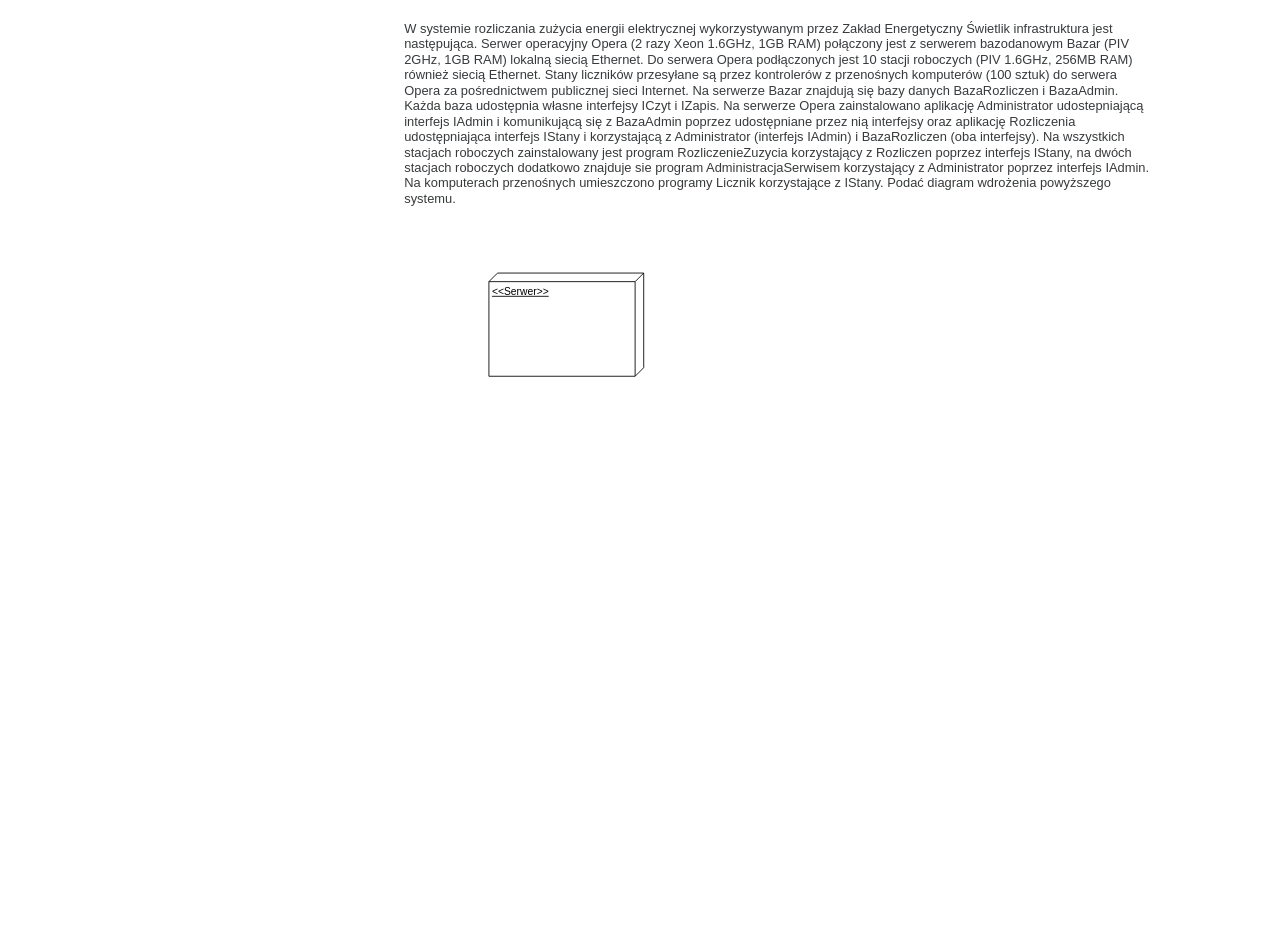
Before: Diagram wdrożenia.drawio in Dziecky/UML, a draw.io diagram. Source tidied: cells renumbered, new cells numbered last; positions are measured from the earlier drawing's top-left corner, leaving out a move shared by most shapes. Both pictures are drawn from the tidied source at 86%, with x=0, y=0 at pixel (402, 15).
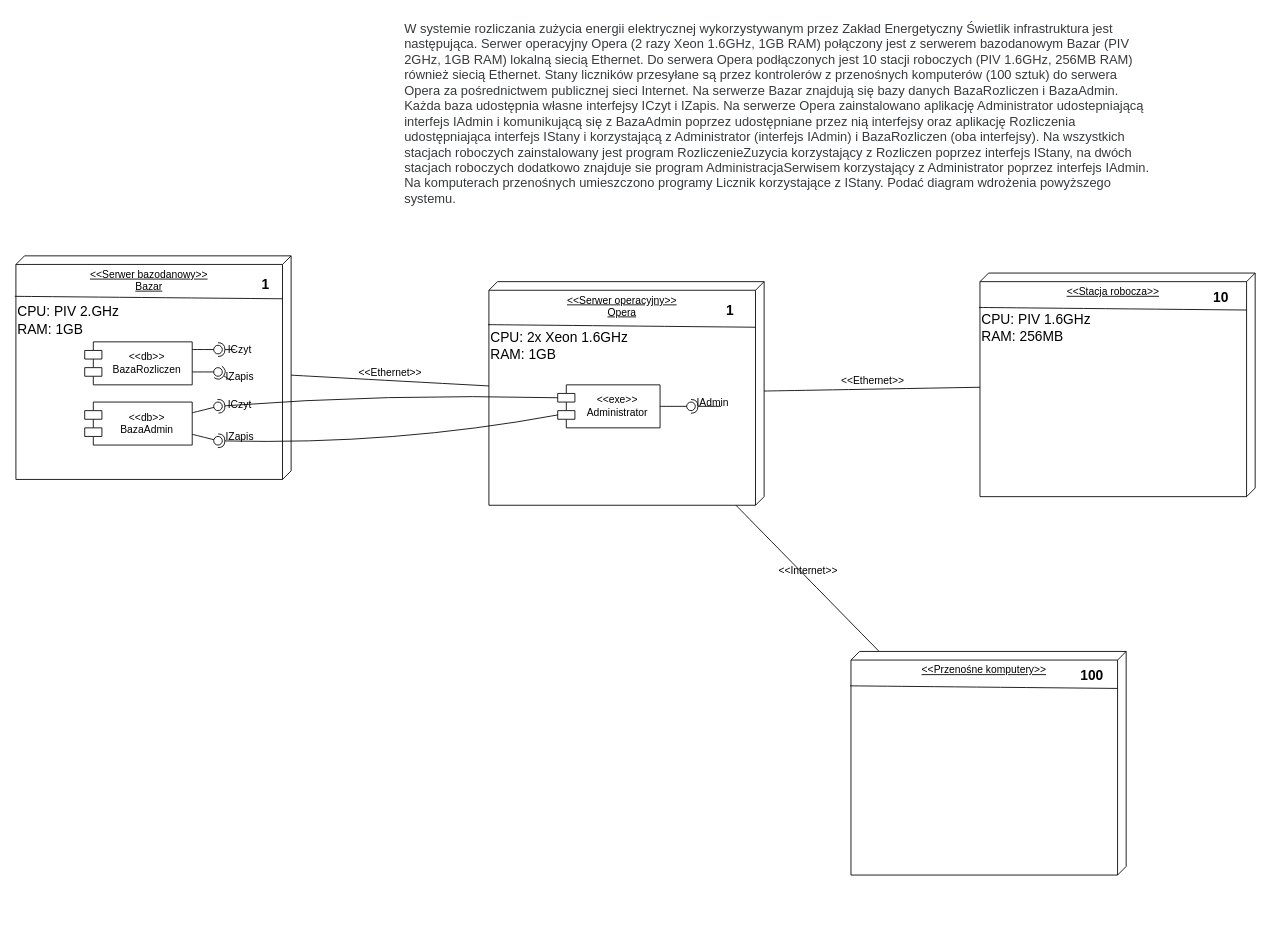
The same page after the edit.

What changed in the source:
```diff
@@
+    <mxCell id="4" style="group;" parent="1" vertex="1">
+      <mxGeometry x="-450" y="280" width="330" height="260" as="geometry" />
+    </mxCell>
+    <mxCell id="5" value="&amp;lt;&amp;lt;Serwer bazodanowy&amp;gt;&amp;gt;&lt;div&gt;Bazar&lt;/div&gt;" style="verticalAlign=top;align=center;spacingTop=8;spacingLeft=2;spacingRight=12;shape=cube;size=10;direction=south;fontStyle=4;html=1;whiteSpace=wrap;" parent="4" vertex="1">
+      <mxGeometry width="320" height="260" as="geometry" />
+    </mxCell>
+    <mxCell id="6" value="CPU: PIV 2.GHz&lt;div&gt;RAM: 1GB&lt;/div&gt;" style="text;strokeColor=none;align=left;fillColor=none;html=1;verticalAlign=middle;whiteSpace=wrap;rounded=0;fontSize=16;" parent="4" vertex="1">
+      <mxGeometry y="60" width="310" height="30" as="geometry" />
+    </mxCell>
+    <mxCell id="7" style="endArrow=none;html=1;rounded=0;fontSize=12;startSize=8;endSize=8;curved=1;exitX=0.181;exitY=1.004;exitDx=0;exitDy=0;exitPerimeter=0;entryX=0.192;entryY=0.031;entryDx=0;entryDy=0;entryPerimeter=0;" parent="4" edge="1" source="5" target="5">
+      <mxGeometry relative="1" as="geometry" />
+    </mxCell>
+    <mxCell id="8" value="&lt;font style=&quot;font-size: 16px;&quot;&gt;1&lt;/font&gt;" style="text;align=center;fontStyle=1;verticalAlign=middle;spacingLeft=3;spacingRight=3;strokeColor=none;html=1;fontFamily=Helvetica;fontSize=12;fontColor=default;labelBackgroundColor=none;" parent="4" vertex="1">
+      <mxGeometry x="250" y="20" width="80" height="26" as="geometry" />
+    </mxCell>
+    <mxCell id="9" value="&amp;lt;&amp;lt;db&amp;gt;&amp;gt;&lt;div&gt;BazaRozliczen&lt;/div&gt;" style="shape=module;align=left;spacingLeft=20;align=center;verticalAlign=middle;whiteSpace=wrap;html=1;fontFamily=Helvetica;fontSize=12;fontColor=default;labelBackgroundColor=none;" parent="4" vertex="1">
+      <mxGeometry x="80" y="100" width="125" height="50" as="geometry" />
+    </mxCell>
+    <mxCell id="10" value="&amp;lt;&amp;lt;db&amp;gt;&amp;gt;&lt;div&gt;BazaAdmin&lt;/div&gt;" style="shape=module;align=left;spacingLeft=20;align=center;verticalAlign=middle;whiteSpace=wrap;html=1;fontFamily=Helvetica;fontSize=12;fontColor=default;labelBackgroundColor=none;" parent="4" vertex="1">
+      <mxGeometry x="80" y="170" width="125" height="50" as="geometry" />
+    </mxCell>
+    <mxCell id="11" style="ellipse;whiteSpace=wrap;html=1;align=center;fillColor=none;strokeColor=none;perimeter=centerPerimeter;fontFamily=Helvetica;fontSize=12;fontColor=default;labelBackgroundColor=none;" parent="4" vertex="1">
+      <mxGeometry x="235" y="103" width="10" height="10" as="geometry" />
+    </mxCell>
+    <mxCell id="12" style="ellipse;whiteSpace=wrap;html=1;align=center;fillColor=none;strokeColor=none;perimeter=centerPerimeter;points=[];outlineConnect=1;fontFamily=Helvetica;fontSize=12;fontColor=default;labelBackgroundColor=none;" parent="4" vertex="1">
+      <mxGeometry x="245" y="140" width="10" height="10" as="geometry" />
+    </mxCell>
+    <mxCell id="13" value="ICzyt" style="rounded=0;jettySize=auto;html=1;endArrow=oval;endFill=0;sketch=0;sourcePerimeterSpacing=0;targetPerimeterSpacing=0;endSize=10;strokeColor=default;align=center;verticalAlign=bottom;fontFamily=Helvetica;fontSize=12;fontColor=default;labelBackgroundColor=none;edgeStyle=none;curved=1;exitX=1;exitY=0.25;exitDx=0;exitDy=0;" parent="4" edge="1" source="10" target="14">
+      <mxGeometry x="1" y="-26" relative="1" as="geometry">
+        <mxPoint x="19" y="-18" as="offset" />
+      </mxGeometry>
+    </mxCell>
+    <mxCell id="14" style="ellipse;whiteSpace=wrap;html=1;align=center;fillColor=none;strokeColor=none;perimeter=centerPerimeter;points=[];outlineConnect=1;fontFamily=Helvetica;fontSize=12;fontColor=default;labelBackgroundColor=none;" parent="4" vertex="1">
+      <mxGeometry x="230" y="170" width="10" height="10" as="geometry" />
+    </mxCell>
+    <mxCell id="15" value="IZapis" style="rounded=0;jettySize=auto;html=1;endArrow=oval;endFill=0;sketch=0;sourcePerimeterSpacing=0;targetPerimeterSpacing=0;endSize=10;strokeColor=default;align=center;verticalAlign=bottom;fontFamily=Helvetica;fontSize=12;fontColor=default;labelBackgroundColor=none;edgeStyle=none;curved=1;exitX=1;exitY=0.75;exitDx=0;exitDy=0;" parent="4" edge="1" source="10" target="16">
+      <mxGeometry x="1" y="25" relative="1" as="geometry">
+        <mxPoint x="19" y="29" as="offset" />
+      </mxGeometry>
+    </mxCell>
+    <mxCell id="16" style="ellipse;whiteSpace=wrap;html=1;align=center;fillColor=none;strokeColor=none;perimeter=centerPerimeter;points=[];outlineConnect=1;fontFamily=Helvetica;fontSize=12;fontColor=default;labelBackgroundColor=none;" parent="4" vertex="1">
+      <mxGeometry x="230" y="210" width="10" height="10" as="geometry" />
+    </mxCell>
+    <mxCell id="17" style="ellipse;whiteSpace=wrap;html=1;align=center;fillColor=none;strokeColor=none;perimeter=centerPerimeter;fontFamily=Helvetica;fontSize=12;fontColor=default;labelBackgroundColor=none;" parent="4" vertex="1">
+      <mxGeometry x="235" y="103" width="10" height="10" as="geometry" />
+    </mxCell>
+    <mxCell id="18" style="rounded=0;jettySize=auto;html=1;endArrow=halfCircle;endFill=0;endSize=6;strokeWidth=1;sketch=0;strokeColor=default;align=center;verticalAlign=bottom;fontFamily=Helvetica;fontSize=12;fontColor=default;labelBackgroundColor=none;edgeStyle=none;curved=1;exitX=0.769;exitY=0.686;exitDx=0;exitDy=0;exitPerimeter=0;" parent="4" edge="1" source="12">
+      <mxGeometry relative="1" as="geometry">
+        <mxPoint x="235" y="135" as="targetPoint" />
+      </mxGeometry>
+    </mxCell>
+    <mxCell id="19" value="IZapis" style="rounded=0;orthogonalLoop=1;jettySize=auto;html=1;endArrow=oval;endFill=0;sketch=0;sourcePerimeterSpacing=0;targetPerimeterSpacing=0;endSize=10;strokeColor=default;align=center;verticalAlign=bottom;fontFamily=Helvetica;fontSize=12;fontColor=default;labelBackgroundColor=none;edgeStyle=none;curved=1;" parent="4" edge="1">
+      <mxGeometry x="1" y="-29" relative="1" as="geometry">
+        <mxPoint x="205" y="135" as="sourcePoint" />
+        <mxPoint x="235" y="135" as="targetPoint" />
+        <mxPoint x="25" y="-14" as="offset" />
+      </mxGeometry>
+    </mxCell>
+    <mxCell id="20" style="rounded=0;orthogonalLoop=1;jettySize=auto;html=1;endArrow=halfCircle;endFill=0;endSize=6;strokeWidth=1;sketch=0;strokeColor=default;align=center;verticalAlign=bottom;fontFamily=Helvetica;fontSize=12;fontColor=default;labelBackgroundColor=none;edgeStyle=none;curved=1;" parent="4" edge="1">
+      <mxGeometry relative="1" as="geometry">
+        <mxPoint x="255" y="109" as="sourcePoint" />
+        <mxPoint x="235" y="109" as="targetPoint" />
+      </mxGeometry>
+    </mxCell>
+    <mxCell id="21" value="ICzyt" style="rounded=0;jettySize=auto;html=1;endArrow=oval;endFill=0;sketch=0;sourcePerimeterSpacing=0;targetPerimeterSpacing=0;endSize=10;strokeColor=default;align=center;verticalAlign=middle;fontFamily=Helvetica;fontSize=12;fontColor=default;labelBackgroundColor=none;edgeStyle=none;curved=1;exitX=0.999;exitY=0.178;exitDx=0;exitDy=0;exitPerimeter=0;" parent="4" edge="1" source="9">
+      <mxGeometry x="1" y="-25" relative="1" as="geometry">
+        <mxPoint x="235" y="109" as="targetPoint" />
+        <mxPoint x="25" y="-24" as="offset" />
+      </mxGeometry>
+    </mxCell>
+    <mxCell id="22" style="group;verticalAlign=middle;" parent="1" vertex="1">
+      <mxGeometry x="99" y="310" width="321" height="330" as="geometry" />
+    </mxCell>
-    <mxCell id="3" value="&amp;lt;&amp;lt;Serwer&amp;gt;&amp;gt;" style="verticalAlign=top;align=left;spacingTop=8;spacingLeft=2;spacingRight=12;shape=cube;size=10;direction=south;fontStyle=4;html=1;whiteSpace=wrap;" parent="1" vertex="1">
-      <mxGeometry x="100" y="300" width="180" height="120" as="geometry" />
+    <mxCell id="3" value="&amp;lt;&amp;lt;Serwer operacyjny&amp;gt;&amp;gt;&lt;div&gt;Opera&lt;/div&gt;" style="verticalAlign=top;align=center;spacingTop=8;spacingLeft=2;spacingRight=12;shape=cube;size=10;direction=south;fontStyle=4;html=1;whiteSpace=wrap;" parent="22" vertex="1">
+      <mxGeometry x="1" width="320" height="260" as="geometry" />
     </mxCell>
+    <mxCell id="23" value="CPU: 2x Xeon 1.6GHz&lt;div&gt;RAM: 1GB&lt;/div&gt;" style="text;strokeColor=none;align=left;fillColor=none;html=1;verticalAlign=middle;whiteSpace=wrap;rounded=0;fontSize=16;" parent="22" vertex="1">
+      <mxGeometry x="1" y="60" width="310" height="30" as="geometry" />
+    </mxCell>
+    <mxCell id="24" style="endArrow=none;html=1;rounded=0;fontSize=12;startSize=8;endSize=8;curved=1;exitX=0.181;exitY=1.004;exitDx=0;exitDy=0;exitPerimeter=0;entryX=0.192;entryY=0.031;entryDx=0;entryDy=0;entryPerimeter=0;" parent="22" edge="1">
+      <mxGeometry relative="1" as="geometry">
+        <mxPoint y="50" as="sourcePoint" />
+        <mxPoint x="311" y="53" as="targetPoint" />
+      </mxGeometry>
+    </mxCell>
+    <mxCell id="25" value="&lt;font style=&quot;font-size: 16px;&quot;&gt;1&lt;/font&gt;" style="text;align=center;fontStyle=1;verticalAlign=middle;spacingLeft=3;spacingRight=3;strokeColor=none;html=1;fontFamily=Helvetica;fontSize=12;fontColor=default;labelBackgroundColor=none;" parent="22" vertex="1">
+      <mxGeometry x="241" y="20" width="80" height="26" as="geometry" />
+    </mxCell>
+    <mxCell id="26" value="&amp;lt;&amp;lt;exe&amp;gt;&amp;gt;&lt;div&gt;Administrator&lt;/div&gt;" style="shape=module;align=left;spacingLeft=20;align=center;verticalAlign=middle;whiteSpace=wrap;html=1;fontFamily=Helvetica;fontSize=12;fontColor=default;labelBackgroundColor=none;" parent="22" vertex="1">
+      <mxGeometry x="81" y="120" width="119" height="50" as="geometry" />
+    </mxCell>
+    <mxCell id="27" style="rounded=0;jettySize=auto;html=1;endArrow=halfCircle;endFill=0;endSize=6;strokeWidth=1;sketch=0;strokeColor=default;align=center;verticalAlign=bottom;fontFamily=Helvetica;fontSize=12;fontColor=default;labelBackgroundColor=none;edgeStyle=none;curved=1;" parent="22" edge="1" target="29">
+      <mxGeometry relative="1" as="geometry">
+        <mxPoint x="271" y="145" as="sourcePoint" />
+      </mxGeometry>
+    </mxCell>
+    <mxCell id="28" value="IAdmin" style="rounded=0;jettySize=auto;html=1;endArrow=oval;endFill=0;sketch=0;sourcePerimeterSpacing=0;targetPerimeterSpacing=0;endSize=10;strokeColor=default;align=center;verticalAlign=bottom;fontFamily=Helvetica;fontSize=12;fontColor=default;labelBackgroundColor=none;edgeStyle=none;curved=1;exitX=1;exitY=0.5;exitDx=0;exitDy=0;" parent="22" edge="1" source="26" target="29">
+      <mxGeometry x="1" y="-25" relative="1" as="geometry">
+        <mxPoint x="25" y="-20" as="offset" />
+      </mxGeometry>
+    </mxCell>
+    <mxCell id="29" style="ellipse;whiteSpace=wrap;html=1;align=center;fillColor=none;strokeColor=none;perimeter=centerPerimeter;points=[];outlineConnect=1;fontFamily=Helvetica;fontSize=12;fontColor=default;labelBackgroundColor=none;" parent="22" vertex="1">
+      <mxGeometry x="231" y="140" width="10" height="10" as="geometry" />
+    </mxCell>
+    <mxCell id="30" value="&amp;lt;&amp;lt;Ethernet&amp;gt;&amp;gt;" style="edgeStyle=none;curved=1;rounded=0;jettySize=auto;html=1;fontSize=12;startSize=8;endSize=8;endArrow=none;endFill=0;labelBackgroundColor=none;verticalAlign=bottom;" parent="1" edge="1" source="5" target="3">
+      <mxGeometry relative="1" as="geometry" />
+    </mxCell>
+    <mxCell id="31" style="group;" parent="1" vertex="1">
+      <mxGeometry x="670" y="300" width="321" height="330" as="geometry" />
+    </mxCell>
+    <mxCell id="32" style="group;" parent="31" vertex="1">
+      <mxGeometry width="321" height="260" as="geometry" />
+    </mxCell>
+    <mxCell id="33" value="&amp;lt;&amp;lt;Stacja robocza&amp;gt;&amp;gt;" style="verticalAlign=top;align=center;spacingTop=8;spacingLeft=2;spacingRight=12;shape=cube;size=10;direction=south;fontStyle=4;html=1;whiteSpace=wrap;" parent="32" vertex="1">
+      <mxGeometry x="1" width="320" height="260" as="geometry" />
+    </mxCell>
+    <mxCell id="34" value="CPU: PIV 1.6GHz&lt;div&gt;RAM: 256MB&lt;/div&gt;" style="text;strokeColor=none;align=left;fillColor=none;html=1;verticalAlign=middle;whiteSpace=wrap;rounded=0;fontSize=16;" parent="32" vertex="1">
+      <mxGeometry x="1" y="49" width="310" height="30" as="geometry" />
+    </mxCell>
+    <mxCell id="35" style="endArrow=none;html=1;rounded=0;fontSize=12;startSize=8;endSize=8;curved=1;exitX=0.181;exitY=1.004;exitDx=0;exitDy=0;exitPerimeter=0;entryX=0.192;entryY=0.031;entryDx=0;entryDy=0;entryPerimeter=0;" parent="32" edge="1">
+      <mxGeometry relative="1" as="geometry">
+        <mxPoint y="40" as="sourcePoint" />
+        <mxPoint x="311" y="43" as="targetPoint" />
+      </mxGeometry>
+    </mxCell>
+    <mxCell id="36" value="&lt;font style=&quot;font-size: 16px;&quot;&gt;10&lt;/font&gt;" style="text;align=center;fontStyle=1;verticalAlign=middle;spacingLeft=3;spacingRight=3;strokeColor=none;html=1;fontFamily=Helvetica;fontSize=12;fontColor=default;labelBackgroundColor=none;" parent="32" vertex="1">
+      <mxGeometry x="241" y="15" width="80" height="26" as="geometry" />
+    </mxCell>
+    <mxCell id="37" value="&amp;lt;&amp;lt;Ethernet&amp;gt;&amp;gt;" style="edgeStyle=none;curved=1;rounded=0;jettySize=auto;html=1;strokeColor=default;align=center;verticalAlign=bottom;fontFamily=Helvetica;fontSize=12;fontColor=default;labelBackgroundColor=none;startSize=8;endArrow=none;endFill=0;endSize=8;" parent="1" edge="1" source="3" target="33">
+      <mxGeometry relative="1" as="geometry" />
+    </mxCell>
+    <mxCell id="38" style="group;" parent="1" vertex="1">
+      <mxGeometry x="520" y="740" width="321" height="330" as="geometry" />
+    </mxCell>
+    <mxCell id="39" style="group;" parent="38" vertex="1">
+      <mxGeometry width="321" height="260" as="geometry" />
+    </mxCell>
+    <mxCell id="40" value="&amp;lt;&amp;lt;Przenośne komputery&amp;gt;&amp;gt;" style="verticalAlign=top;align=center;spacingTop=8;spacingLeft=2;spacingRight=12;shape=cube;size=10;direction=south;fontStyle=4;html=1;whiteSpace=wrap;" parent="39" vertex="1">
+      <mxGeometry x="1" width="320" height="260" as="geometry" />
+    </mxCell>
+    <mxCell id="41" style="endArrow=none;html=1;rounded=0;fontSize=12;startSize=8;endSize=8;curved=1;exitX=0.181;exitY=1.004;exitDx=0;exitDy=0;exitPerimeter=0;entryX=0.192;entryY=0.031;entryDx=0;entryDy=0;entryPerimeter=0;" parent="39" edge="1">
+      <mxGeometry relative="1" as="geometry">
+        <mxPoint y="40" as="sourcePoint" />
+        <mxPoint x="311" y="43" as="targetPoint" />
+      </mxGeometry>
+    </mxCell>
+    <mxCell id="42" value="&lt;font style=&quot;font-size: 16px;&quot;&gt;100&lt;/font&gt;" style="text;align=center;fontStyle=1;verticalAlign=middle;spacingLeft=3;spacingRight=3;strokeColor=none;html=1;fontFamily=Helvetica;fontSize=12;fontColor=default;labelBackgroundColor=none;" parent="39" vertex="1">
+      <mxGeometry x="241" y="15" width="80" height="26" as="geometry" />
+    </mxCell>
+    <mxCell id="43" value="&amp;lt;&amp;lt;Internet&amp;gt;&amp;gt;" style="edgeStyle=none;curved=1;rounded=0;jettySize=auto;html=1;strokeColor=default;align=center;verticalAlign=bottom;fontFamily=Helvetica;fontSize=12;fontColor=default;labelBackgroundColor=none;startSize=8;endArrow=none;endFill=0;endSize=8;" parent="1" edge="1" source="3" target="40">
+      <mxGeometry relative="1" as="geometry" />
+    </mxCell>
+    <mxCell id="44" style="rounded=0;jettySize=auto;html=1;endArrow=halfCircle;endFill=0;endSize=6;strokeWidth=1;sketch=0;strokeColor=default;align=center;verticalAlign=bottom;fontFamily=Helvetica;fontSize=12;fontColor=default;labelBackgroundColor=none;edgeStyle=none;curved=1;exitX=0;exitY=0;exitDx=0;exitDy=15;exitPerimeter=0;" parent="1" edge="1" source="26" target="14">
+      <mxGeometry relative="1" as="geometry">
+        <Array as="points">
+          <mxPoint x="-20" y="440" />
+        </Array>
+      </mxGeometry>
+    </mxCell>
+    <mxCell id="45" style="rounded=0;jettySize=auto;html=1;endArrow=halfCircle;endFill=0;endSize=6;strokeWidth=1;sketch=0;strokeColor=default;align=center;verticalAlign=bottom;fontFamily=Helvetica;fontSize=12;fontColor=default;labelBackgroundColor=none;edgeStyle=none;curved=1;exitX=0;exitY=0;exitDx=0;exitDy=35;exitPerimeter=0;" parent="1" edge="1" source="26" target="16">
+      <mxGeometry relative="1" as="geometry">
+        <Array as="points">
+          <mxPoint x="-10" y="500" />
+        </Array>
+      </mxGeometry>
+    </mxCell>
```
